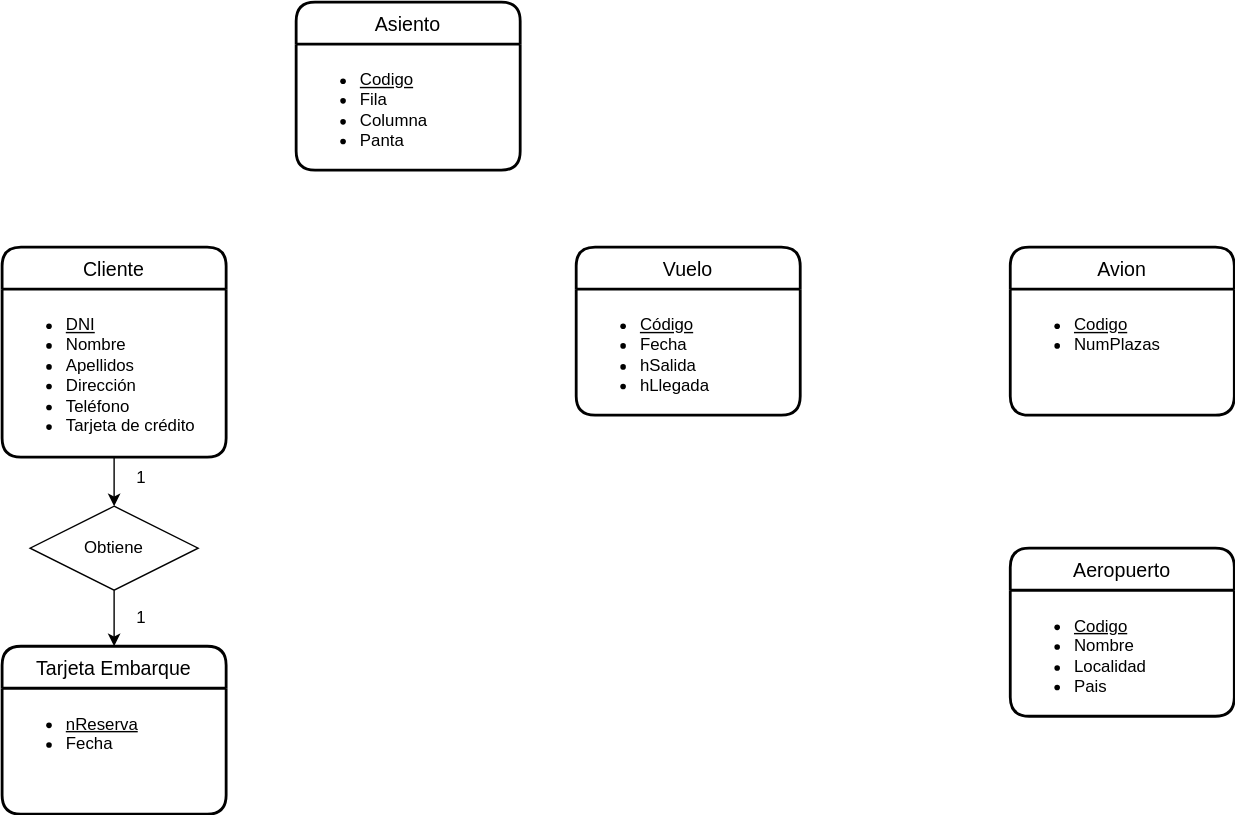
Earlier version of the draw.io export UD12-8.svg (Jimxx22/C3-UD11-UML). Source tidied: cells renumbered, new cells last; positions are measured from the earlier drawing's top-left corner, leaving out a move shared by most shapes.
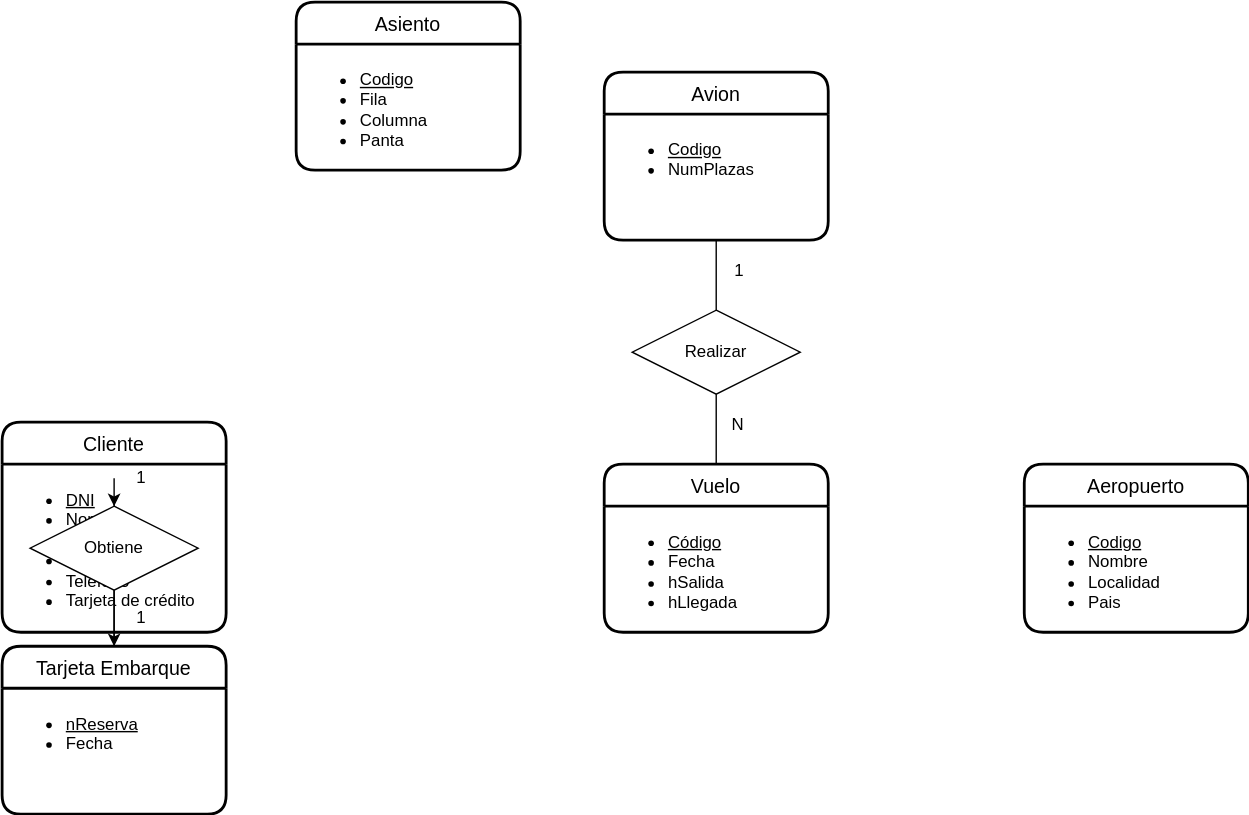
After the change.

Diff of the diagram source:
```diff
@@ -6,25 +6,25 @@
       <mxGeometry relative="1" as="geometry" />
     </mxCell>
     <mxCell id="3" value="Cliente" style="swimlane;horizontal=1;startSize=30;rounded=1;fontSize=14;fontStyle=0;strokeWidth=2;shadow=0;dashed=0;align=center;html=0;" parent="1" vertex="1">
-      <mxGeometry y="175" width="160" height="150" as="geometry" />
+      <mxGeometry y="300" width="160" height="150" as="geometry" />
     </mxCell>
     <mxCell id="4" value="&lt;ul&gt;&lt;li&gt;&lt;u&gt;DNI&lt;/u&gt;&lt;/li&gt;&lt;li&gt;Nombre&lt;/li&gt;&lt;li&gt;Apellidos&lt;/li&gt;&lt;li&gt;Dirección&lt;/li&gt;&lt;li&gt;Teléfono&lt;/li&gt;&lt;li&gt;Tarjeta de crédito&lt;/li&gt;&lt;/ul&gt;" style="align=left;strokeColor=none;fillColor=none;spacingLeft=4;fontSize=12;verticalAlign=top;html=1;" parent="3" vertex="1">
       <mxGeometry y="30" width="160" height="120" as="geometry" />
     </mxCell>
     <mxCell id="5" value="Aeropuerto" style="swimlane;horizontal=1;startSize=30;rounded=1;fontSize=14;fontStyle=0;strokeWidth=2;shadow=0;dashed=0;align=center;" parent="1" vertex="1">
-      <mxGeometry x="720" y="390" width="160" height="120" as="geometry" />
+      <mxGeometry x="730" y="330" width="160" height="120" as="geometry" />
     </mxCell>
     <mxCell id="6" value="&lt;ul&gt;&lt;li&gt;&lt;u&gt;Codigo&lt;/u&gt;&lt;/li&gt;&lt;li&gt;Nombre&lt;/li&gt;&lt;li&gt;Localidad&lt;/li&gt;&lt;li&gt;Pais&lt;/li&gt;&lt;/ul&gt;" style="align=left;strokeColor=none;fillColor=none;spacingLeft=4;fontSize=12;verticalAlign=top;html=1;" parent="5" vertex="1">
       <mxGeometry y="30" width="160" height="90" as="geometry" />
     </mxCell>
     <mxCell id="7" value="Avion" style="swimlane;horizontal=1;startSize=30;rounded=1;fontSize=14;fontStyle=0;strokeWidth=2;shadow=0;dashed=0;align=center;" parent="1" vertex="1">
-      <mxGeometry x="720" y="175" width="160" height="120" as="geometry" />
+      <mxGeometry x="430" y="50" width="160" height="120" as="geometry" />
     </mxCell>
     <mxCell id="8" value="&lt;ul&gt;&lt;li&gt;&lt;u&gt;Codigo&lt;/u&gt;&lt;/li&gt;&lt;li&gt;NumPlazas&lt;/li&gt;&lt;/ul&gt;" style="align=left;strokeColor=none;fillColor=none;spacingLeft=4;fontSize=12;verticalAlign=top;html=1;" parent="7" vertex="1">
       <mxGeometry y="30" width="160" height="90" as="geometry" />
     </mxCell>
     <mxCell id="9" value="Vuelo" style="swimlane;horizontal=1;startSize=30;rounded=1;fontSize=14;fontStyle=0;strokeWidth=2;shadow=0;dashed=0;align=center;html=0;" parent="1" vertex="1">
-      <mxGeometry x="410" y="175" width="160" height="120" as="geometry" />
+      <mxGeometry x="430" y="330" width="160" height="120" as="geometry" />
     </mxCell>
     <mxCell id="10" value="&lt;ul&gt;&lt;li&gt;&lt;u&gt;Código&lt;/u&gt;&lt;/li&gt;&lt;li&gt;Fecha&lt;/li&gt;&lt;li&gt;hSalida&lt;/li&gt;&lt;li&gt;hLlegada&lt;/li&gt;&lt;/ul&gt;" style="align=left;strokeColor=none;fillColor=none;spacingLeft=4;fontSize=12;verticalAlign=top;html=1;" parent="9" vertex="1">
       <mxGeometry y="30" width="160" height="90" as="geometry" />
@@ -41,12 +41,31 @@
     <mxCell id="14" value="&lt;ul&gt;&lt;li&gt;&lt;span style=&quot;background-color: initial;&quot;&gt;&lt;u&gt;nReserva&lt;/u&gt;&lt;/span&gt;&lt;/li&gt;&lt;li&gt;Fecha&lt;/li&gt;&lt;/ul&gt;" style="align=left;strokeColor=none;fillColor=none;spacingLeft=4;fontSize=12;verticalAlign=top;html=1;" parent="13" vertex="1">
       <mxGeometry y="30" width="160" height="90" as="geometry" />
     </mxCell>
+    <mxCell id="19" value="Realizar" style="shape=rhombus;perimeter=rhombusPerimeter;whiteSpace=wrap;html=1;align=center;" parent="1" vertex="1">
+      <mxGeometry x="450" y="220" width="120" height="60" as="geometry" />
+    </mxCell>
     <mxCell id="15" style="edgeStyle=orthogonalEdgeStyle;rounded=0;jettySize=auto;html=1;exitX=0.5;exitY=1;exitDx=0;exitDy=0;entryX=0.5;entryY=0;entryDx=0;entryDy=0;" parent="1" edge="1" source="16" target="13">
       <mxGeometry relative="1" as="geometry" />
     </mxCell>
+    <mxCell id="20" style="endArrow=none;html=1;rounded=0;exitX=0.5;exitY=0;exitDx=0;exitDy=0;entryX=0.5;entryY=1;entryDx=0;entryDy=0;" parent="1" edge="1" source="19" target="8">
+      <mxGeometry relative="1" as="geometry" />
+    </mxCell>
+    <mxCell id="21" value="1" style="html=1;align=right;verticalAlign=bottom;" parent="20" vertex="1">
+      <mxGeometry x="1" relative="1" as="geometry">
+        <mxPoint x="20" y="30" as="offset" />
+      </mxGeometry>
+    </mxCell>
     <mxCell id="16" value="Obtiene" style="shape=rhombus;perimeter=rhombusPerimeter;whiteSpace=wrap;html=1;align=center;" parent="1" vertex="1">
       <mxGeometry x="20" y="360" width="120" height="60" as="geometry" />
     </mxCell>
+    <mxCell id="22" style="endArrow=none;html=1;rounded=0;exitX=0.5;exitY=1;exitDx=0;exitDy=0;entryX=0.5;entryY=0;entryDx=0;entryDy=0;" parent="1" edge="1" source="19" target="9">
+      <mxGeometry relative="1" as="geometry" />
+    </mxCell>
+    <mxCell id="23" value="N" style="html=1;align=right;verticalAlign=bottom;" parent="22" vertex="1">
+      <mxGeometry x="1" relative="1" as="geometry">
+        <mxPoint x="20" y="-20" as="offset" />
+      </mxGeometry>
+    </mxCell>
     <mxCell id="17" value="1" style="html=1;align=right;verticalAlign=bottom;" parent="1" vertex="1">
       <mxGeometry x="500" y="460" as="geometry">
         <mxPoint x="-397" y="-112" as="offset" />
```
